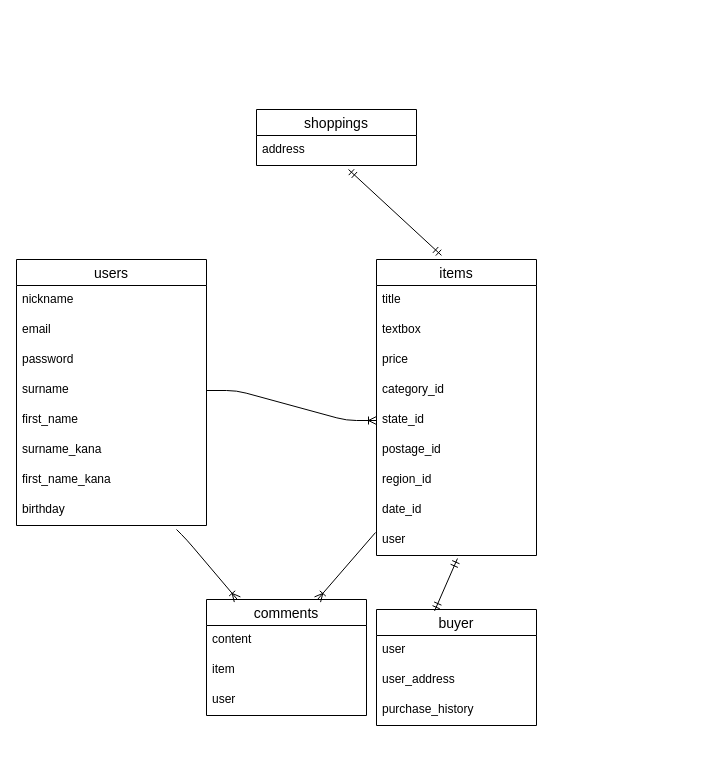
The draw.io diagram test.dio in obakaito05/furima-39126, before the edit. Source tidied: cells renumbered, new cells numbered last; positions are measured from the earlier drawing's top-left corner, leaving out a move shared by most shapes. Both pictures are drawn from the tidied source at 100%, with x=0, y=0 at pixel (16, 109).
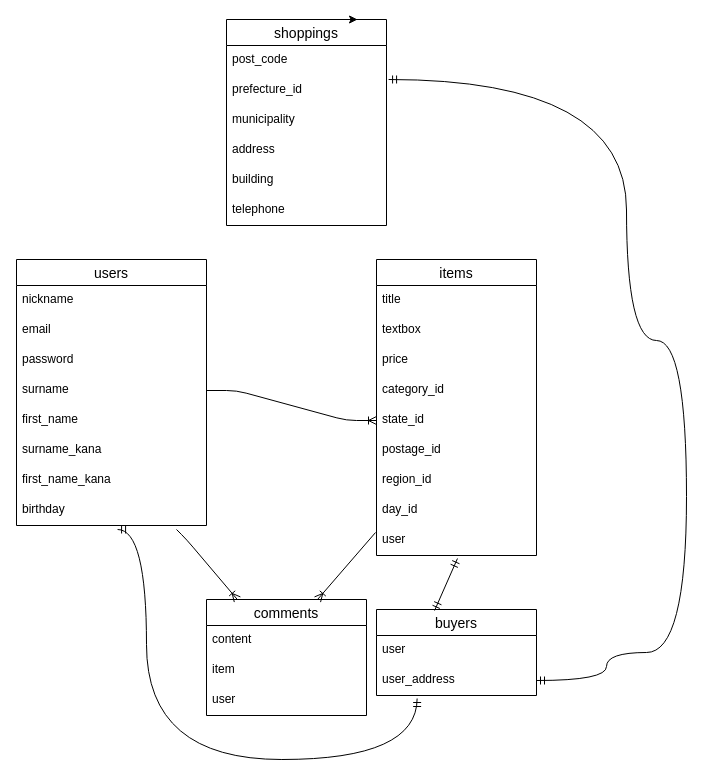
After the change.

Commit message (it also covers changes not shown here):
データベース設計の修正3

Unchanged cells that the change refers to:
```xml
<mxCell id="10" value="birthday" style="text;strokeColor=none;fillColor=none;spacingLeft=4;spacingRight=4;overflow=hidden;points=[[0,0.5],[1,0.5]];portConstraint=eastwest;fontSize=12;" parent="2" vertex="1">
  <mxGeometry y="236" width="190" height="30" as="geometry" />
</mxCell>
<mxCell id="11" value="items" style="swimlane;fontStyle=0;horizontal=1;startSize=26;align=center;fontSize=14;" parent="1" vertex="1">
  <mxGeometry x="360" y="150" width="160" height="296" as="geometry" />
</mxCell>
<mxCell id="27" value="user_address" style="text;strokeColor=none;fillColor=none;spacingLeft=4;spacingRight=4;overflow=hidden;points=[[0,0.5],[1,0.5]];portConstraint=eastwest;fontSize=12;" parent="25" vertex="1">
  <mxGeometry y="56" width="160" height="30" as="geometry" />
</mxCell>
```

The edit, as a diff of the source:
```diff
@@
-    <mxCell id="19" value="date_id" style="text;strokeColor=none;fillColor=none;spacingLeft=4;spacingRight=4;overflow=hidden;fontSize=12;" parent="11" vertex="1">
+    <mxCell id="19" value="day_id" style="text;strokeColor=none;fillColor=none;spacingLeft=4;spacingRight=4;overflow=hidden;fontSize=12;" parent="11" vertex="1">
       <mxGeometry y="236" width="160" height="30" as="geometry" />
     </mxCell>
@@
-    <mxCell id="25" value="buyer" style="swimlane;fontStyle=0;horizontal=1;startSize=26;align=center;fontSize=14;" parent="1" vertex="1">
-      <mxGeometry x="360" y="500" width="160" height="116" as="geometry" />
+    <mxCell id="25" value="buyers" style="swimlane;fontStyle=0;horizontal=1;startSize=26;align=center;fontSize=14;" parent="1" vertex="1">
+      <mxGeometry x="360" y="500" width="160" height="86" as="geometry" />
     </mxCell>
@@
-    <mxCell id="28" value="purchase_history" style="text;strokeColor=none;fillColor=none;spacingLeft=4;spacingRight=4;overflow=hidden;fontSize=12;" parent="25" vertex="1">
-      <mxGeometry y="86" width="160" height="30" as="geometry" />
-    </mxCell>
@@
     <mxCell id="33" value="shoppings" style="swimlane;fontStyle=0;horizontal=1;startSize=26;align=center;fontSize=14;" parent="1" vertex="1">
-      <mxGeometry x="240" width="160" height="56" as="geometry" />
+      <mxGeometry x="210" y="-90" width="160" height="206" as="geometry" />
     </mxCell>
-    <mxCell id="34" value="address" style="text;strokeColor=none;fillColor=none;spacingLeft=4;spacingRight=4;overflow=hidden;points=[[0,0.5],[1,0.5]];portConstraint=eastwest;fontSize=12;" parent="33" vertex="1">
+    <mxCell id="34" value="post_code" style="text;strokeColor=none;fillColor=none;spacingLeft=4;spacingRight=4;overflow=hidden;points=[[0,0.5],[1,0.5]];portConstraint=eastwest;fontSize=12;" parent="33" vertex="1">
       <mxGeometry y="26" width="160" height="30" as="geometry" />
     </mxCell>
-    <mxCell id="35" style="fontSize=12;html=1;endArrow=ERmandOne;startArrow=ERmandOne;entryX=0.575;entryY=1.133;entryDx=0;entryDy=0;entryPerimeter=0;exitX=0.406;exitY=-0.014;exitDx=0;exitDy=0;exitPerimeter=0;" parent="1" edge="1" source="11" target="34">
-      <mxGeometry relative="1" as="geometry" />
-    </mxCell>
+    <mxCell id="36" value="prefecture_id" style="text;strokeColor=none;fillColor=none;spacingLeft=4;spacingRight=4;overflow=hidden;points=[[0,0.5],[1,0.5]];portConstraint=eastwest;fontSize=12;" parent="33" vertex="1">
+      <mxGeometry y="56" width="160" height="30" as="geometry" />
+    </mxCell>
+    <mxCell id="37" value="municipality" style="text;strokeColor=none;fillColor=none;spacingLeft=4;spacingRight=4;overflow=hidden;fontSize=12;" parent="33" vertex="1">
+      <mxGeometry y="86" width="160" height="30" as="geometry" />
+    </mxCell>
+    <mxCell id="38" value="address" style="text;strokeColor=none;fillColor=none;spacingLeft=4;spacingRight=4;overflow=hidden;fontSize=12;" parent="33" vertex="1">
+      <mxGeometry y="116" width="160" height="30" as="geometry" />
+    </mxCell>
+    <mxCell id="39" value="building" style="text;strokeColor=none;fillColor=none;spacingLeft=4;spacingRight=4;overflow=hidden;fontSize=12;" parent="33" vertex="1">
+      <mxGeometry y="146" width="160" height="30" as="geometry" />
+    </mxCell>
+    <mxCell id="40" value="telephone" style="text;strokeColor=none;fillColor=none;spacingLeft=4;spacingRight=4;overflow=hidden;fontSize=12;" parent="33" vertex="1">
+      <mxGeometry y="176" width="160" height="30" as="geometry" />
+    </mxCell>
+    <mxCell id="41" style="fontSize=12;html=1;endArrow=ERmandOne;startArrow=ERmandOne;entryX=0.532;entryY=1.133;entryDx=0;entryDy=0;entryPerimeter=0;edgeStyle=orthogonalEdgeStyle;curved=1;exitX=0.254;exitY=1.1;exitDx=0;exitDy=0;exitPerimeter=0;" parent="1" edge="1" source="27" target="10">
+      <mxGeometry relative="1" as="geometry">
+        <Array as="points">
+          <mxPoint x="401" y="650" />
+          <mxPoint x="130" y="650" />
+          <mxPoint x="130" y="420" />
+        </Array>
+      </mxGeometry>
+    </mxCell>
+    <mxCell id="42" style="fontSize=12;html=1;endArrow=ERmandOne;startArrow=ERmandOne;edgeStyle=orthogonalEdgeStyle;curved=1;exitX=1;exitY=0.5;exitDx=0;exitDy=0;entryX=1.013;entryY=0.133;entryDx=0;entryDy=0;entryPerimeter=0;" parent="1" edge="1" source="27" target="36">
+      <mxGeometry relative="1" as="geometry">
+        <Array as="points">
+          <mxPoint x="590" y="571" />
+          <mxPoint x="590" y="543" />
+          <mxPoint x="670" y="543" />
+          <mxPoint x="670" y="231" />
+          <mxPoint x="610" y="231" />
+          <mxPoint x="610" y="-30" />
+        </Array>
+      </mxGeometry>
+    </mxCell>
+    <mxCell id="43" style="edgeStyle=orthogonalEdgeStyle;curved=1;rounded=0;html=1;exitX=0.75;exitY=0;exitDx=0;exitDy=0;entryX=0.819;entryY=0;entryDx=0;entryDy=0;entryPerimeter=0;" parent="1" edge="1" source="33" target="33">
+      <mxGeometry relative="1" as="geometry" />
+    </mxCell>
```
